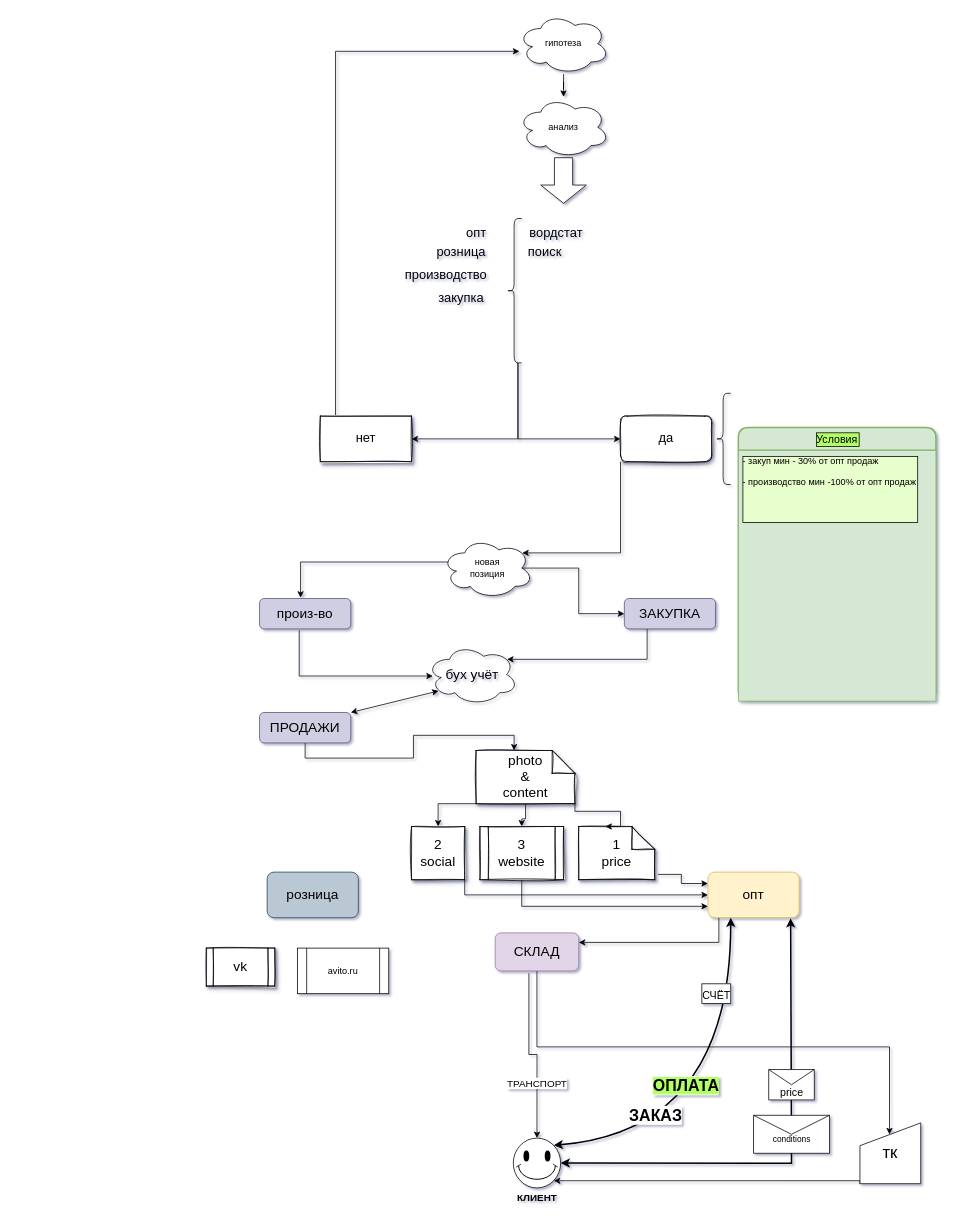
The draw.io diagram Untitled Diagram.drawio in m11nic89co/ecom.net.ru, before the edit. Source tidied: cells renumbered, new cells numbered last; positions are measured from the earlier drawing's top-left corner, leaving out a move shared by most shapes. Both pictures are drawn from the tidied source at 76%, with x=0, y=0 at pixel (206, 13).
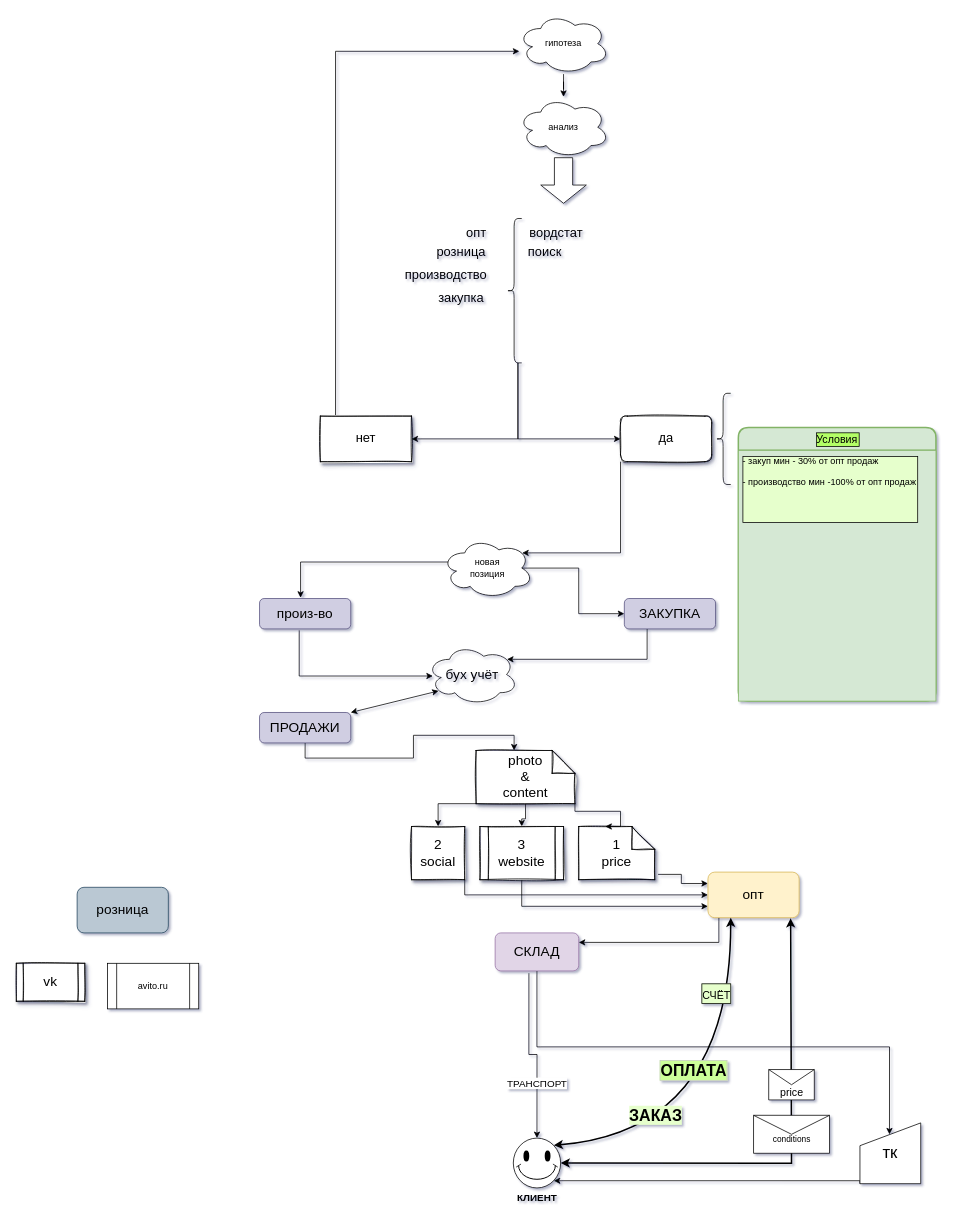
The same diagram, later.

Unchanged cells that the change refers to:
```xml
<mxCell id="54" style="endArrow=classic;html=1;fontSize=11;entryX=0.25;entryY=1;entryDx=0;entryDy=0;exitX=0.855;exitY=0.145;exitDx=0;exitDy=0;exitPerimeter=0;curved=1;strokeColor=default;strokeWidth=2;startArrow=classic;startFill=1;" parent="1" edge="1" source="58" target="3">
  <mxGeometry relative="1" as="geometry">
    <Array as="points">
      <mxPoint x="690" y="1470" />
    </Array>
  </mxGeometry>
</mxCell>
```

What changed in the source:
```diff
@@
     <mxCell id="9" value="розница" style="rounded=1;whiteSpace=wrap;html=1;shadow=0;fontSize=18;fillColor=#bac8d3;strokeColor=#23445d;" parent="1" vertex="1">
-      <mxGeometry x="80" y="1130" width="120" height="60" as="geometry" />
+      <mxGeometry x="-170" y="1150" width="120" height="60" as="geometry" />
     </mxCell>
@@
     <mxCell id="14" value="vk" style="shape=process;whiteSpace=wrap;html=1;backgroundOutline=1;shadow=1;sketch=1;fontSize=18;" parent="1" vertex="1">
-      <mxGeometry y="1230" width="90" height="50" as="geometry" />
+      <mxGeometry x="-250" y="1250" width="90" height="50" as="geometry" />
     </mxCell>
@@
     <mxCell id="25" value="avito.ru" style="shape=process;whiteSpace=wrap;html=1;backgroundOutline=1;" parent="1" vertex="1">
-      <mxGeometry x="120" y="1230" width="120" height="60" as="geometry" />
+      <mxGeometry x="-130" y="1250" width="120" height="60" as="geometry" />
     </mxCell>
@@
-    <mxCell id="55" value="ЗАКАЗ" style="edgeLabel;html=1;align=center;verticalAlign=middle;rounded=0;shadow=0;sketch=0;fontSize=21;gradientColor=none;fontStyle=1;labelBackgroundColor=#FFFFFF;" parent="54" vertex="1">
+    <mxCell id="55" value="ЗАКАЗ" style="edgeLabel;html=1;align=center;verticalAlign=middle;rounded=0;shadow=0;sketch=0;fontSize=21;gradientColor=none;fontStyle=1;labelBackgroundColor=#E6FFCC;" parent="54" vertex="1">
       <mxGeometry relative="1" as="geometry">
         <mxPoint x="-100" y="3" as="offset" />
       </mxGeometry>
     </mxCell>
-    <mxCell id="56" value="&lt;font style=&quot;font-size: 14px;&quot;&gt;СЧЁТ&lt;/font&gt;" style="edgeLabel;html=1;align=center;verticalAlign=middle;fontSize=21;labelBorderColor=default;spacingTop=0;spacing=3;horizontal=1;spacingLeft=0;" parent="54" vertex="1">
+    <mxCell id="56" value="&lt;font style=&quot;font-size: 14px;&quot;&gt;СЧЁТ&lt;/font&gt;" style="edgeLabel;html=1;align=center;verticalAlign=middle;fontSize=21;labelBorderColor=default;spacingTop=0;spacing=3;horizontal=1;spacingLeft=0;labelBackgroundColor=#E6FFCC;" parent="54" vertex="1">
       <mxGeometry x="0.5" y="13" relative="1" as="geometry">
         <mxPoint x="-7" y="-29" as="offset" />
       </mxGeometry>
     </mxCell>
@@
-    <mxCell id="60" value="&lt;span style=&quot;background-color: rgb(179, 255, 102);&quot;&gt;ОПЛАТА&lt;/span&gt;" style="edgeLabel;html=1;align=center;verticalAlign=middle;rounded=0;shadow=0;sketch=0;fontSize=21;gradientColor=none;fontStyle=1;labelBackgroundColor=#FFFFFF;" parent="1" vertex="1">
-      <mxGeometry x="630" y="1410" as="geometry" />
+    <mxCell id="60" value="&lt;span style=&quot;line-height: 1;&quot;&gt;ОПЛАТА&lt;/span&gt;" style="edgeLabel;html=1;align=center;verticalAlign=middle;rounded=0;shadow=0;sketch=0;fontSize=21;gradientColor=none;fontStyle=1;labelBackgroundColor=#CCFF99;labelBorderColor=#CCCCCC;" parent="1" vertex="1">
+      <mxGeometry x="640" y="1390" as="geometry" />
     </mxCell>
```
